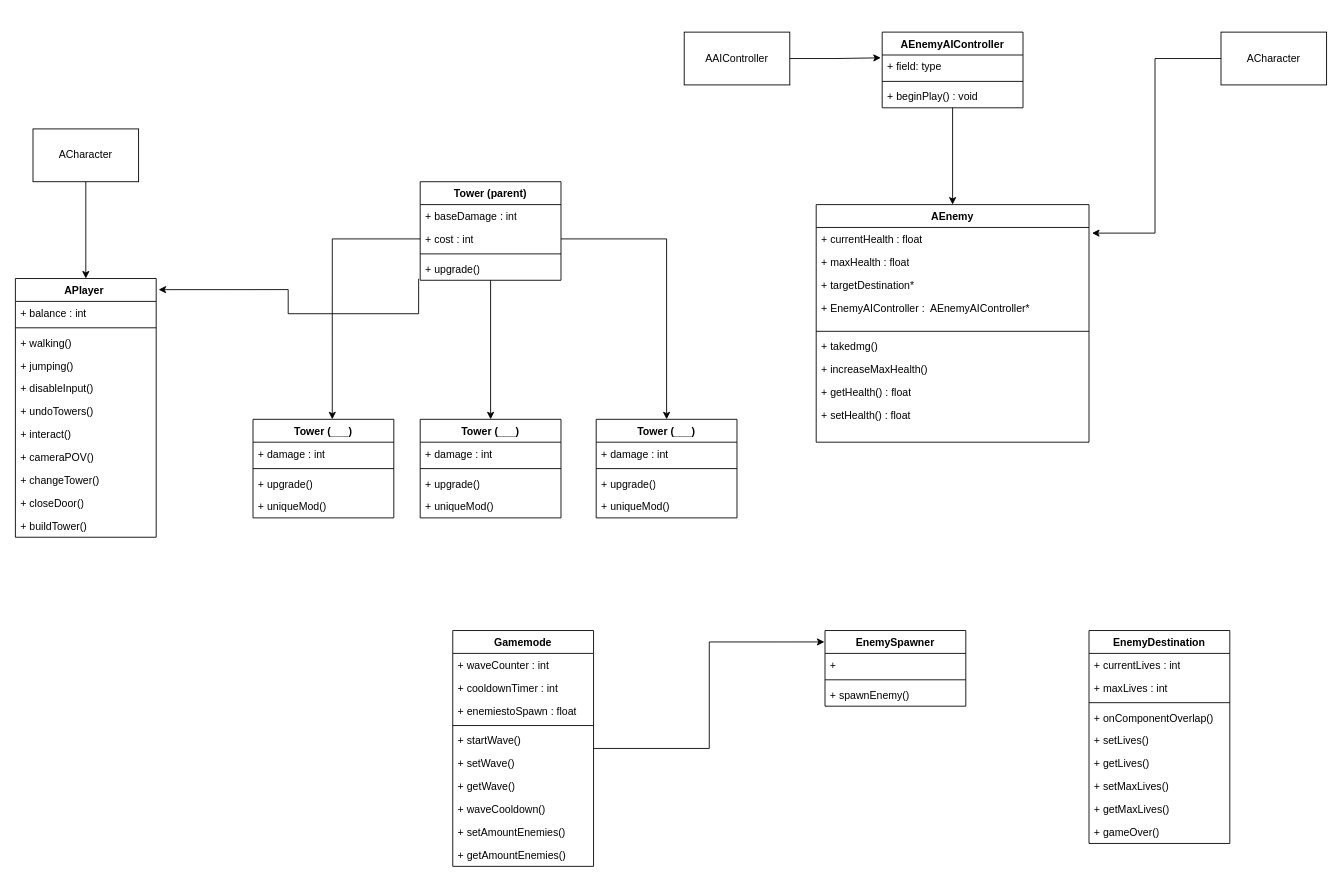
The draw.io diagram UML_Group_3.drawio in Bendelorm/RatDestroyer, before the edit. Source tidied: cells renumbered, new cells numbered last; positions are measured from the earlier drawing's top-left corner, leaving out a move shared by most shapes. Both pictures are drawn from the tidied source at 88%, with x=0, y=0 at pixel (15, 32).
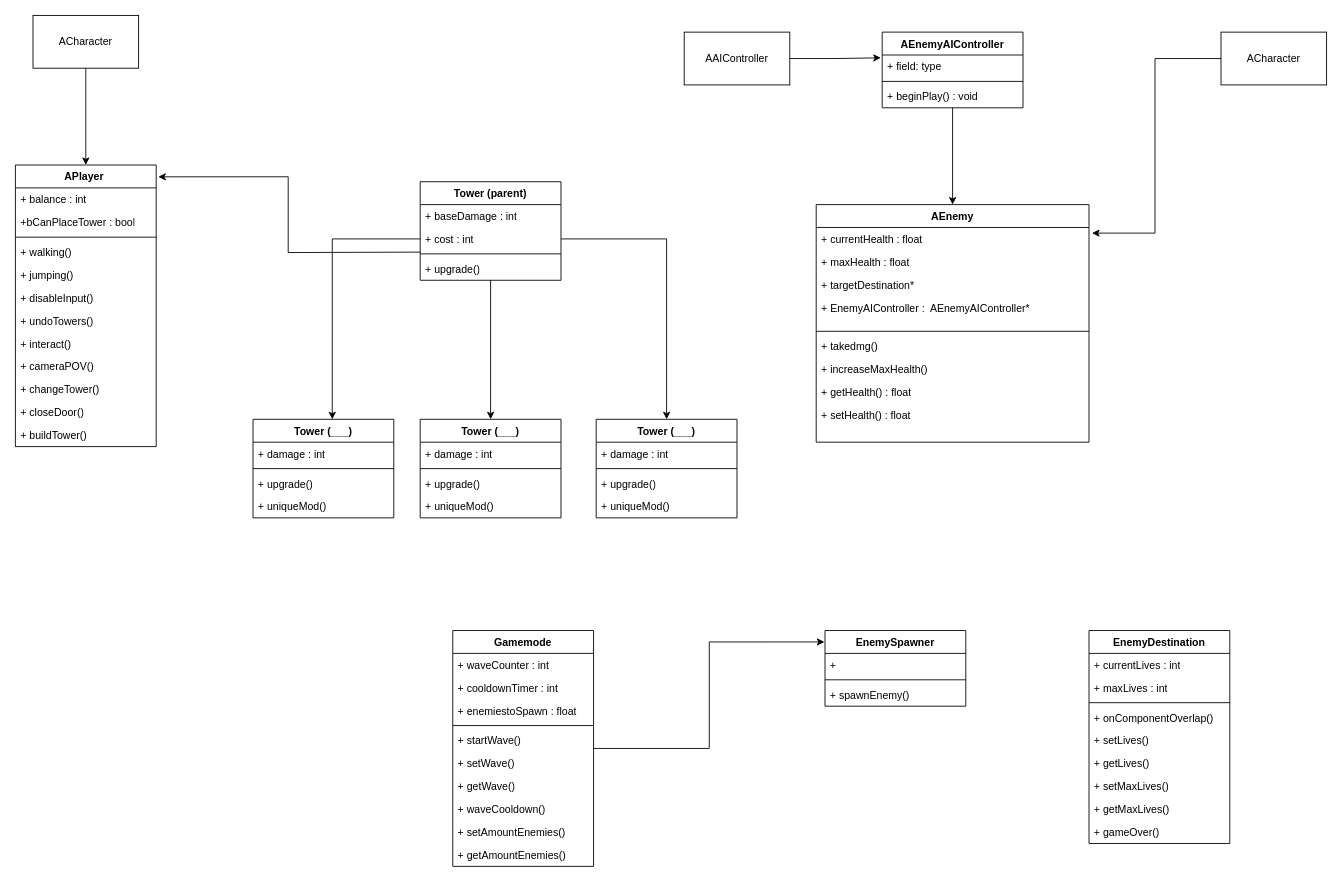
Above is the later version.

The change refers to these unchanged cells:
```xml
<mxCell id="20" value="+ upgrade()" style="text;strokeColor=none;fillColor=none;align=left;verticalAlign=top;spacingLeft=4;spacingRight=4;overflow=hidden;points=[[0,0.5],[1,0.5]];portConstraint=eastwest;whiteSpace=wrap;html=1;" parent="16" vertex="1">
  <mxGeometry y="86" width="160" height="26" as="geometry" />
</mxCell>
```

Diff of the diagram source:
```diff
@@
     <mxCell id="2" value="APlayer&amp;nbsp;" style="swimlane;fontStyle=1;align=center;verticalAlign=top;horizontal=1;startSize=26;whiteSpace=wrap;html=1;" parent="1" vertex="1">
-      <mxGeometry y="280" width="160" height="294" as="geometry" />
+      <mxGeometry y="151" width="160" height="320" as="geometry" />
     </mxCell>
@@
+    <mxCell id="85" value="+bCanPlaceTower : bool" style="text;strokeColor=none;fillColor=none;align=left;verticalAlign=top;spacingLeft=4;spacingRight=4;overflow=hidden;whiteSpace=wrap;html=1;" parent="2" vertex="1">
+      <mxGeometry y="52" width="160" height="26" as="geometry" />
+    </mxCell>
     <mxCell id="4" style="line;strokeWidth=1;fillColor=none;align=left;verticalAlign=middle;spacingTop=-1;spacingLeft=3;spacingRight=3;labelPosition=right;strokeColor=inherit;" parent="2" vertex="1">
-      <mxGeometry y="52" width="160" height="8" as="geometry" />
+      <mxGeometry y="78" width="160" height="8" as="geometry" />
     </mxCell>
     <mxCell id="5" value="+ walking()" style="text;strokeColor=none;fillColor=none;align=left;verticalAlign=top;spacingLeft=4;spacingRight=4;overflow=hidden;whiteSpace=wrap;html=1;" parent="2" vertex="1">
-      <mxGeometry y="60" width="160" height="26" as="geometry" />
+      <mxGeometry y="86" width="160" height="26" as="geometry" />
     </mxCell>
     <mxCell id="6" value="+ jumping()" style="text;strokeColor=none;fillColor=none;align=left;verticalAlign=top;spacingLeft=4;spacingRight=4;overflow=hidden;whiteSpace=wrap;html=1;" parent="2" vertex="1">
-      <mxGeometry y="86" width="160" height="26" as="geometry" />
+      <mxGeometry y="112" width="160" height="26" as="geometry" />
     </mxCell>
     <mxCell id="7" value="+ disableInput()" style="text;strokeColor=none;fillColor=none;align=left;verticalAlign=top;spacingLeft=4;spacingRight=4;overflow=hidden;whiteSpace=wrap;html=1;" parent="2" vertex="1">
-      <mxGeometry y="112" width="160" height="26" as="geometry" />
+      <mxGeometry y="138" width="160" height="26" as="geometry" />
     </mxCell>
     <mxCell id="8" value="+ undoTowers()" style="text;strokeColor=none;fillColor=none;align=left;verticalAlign=top;spacingLeft=4;spacingRight=4;overflow=hidden;whiteSpace=wrap;html=1;" parent="2" vertex="1">
-      <mxGeometry y="138" width="160" height="26" as="geometry" />
+      <mxGeometry y="164" width="160" height="26" as="geometry" />
     </mxCell>
     <mxCell id="9" value="+ interact()" style="text;strokeColor=none;fillColor=none;align=left;verticalAlign=top;spacingLeft=4;spacingRight=4;overflow=hidden;whiteSpace=wrap;html=1;" parent="2" vertex="1">
-      <mxGeometry y="164" width="160" height="26" as="geometry" />
+      <mxGeometry y="190" width="160" height="26" as="geometry" />
     </mxCell>
     <mxCell id="10" value="+ cameraPOV()" style="text;strokeColor=none;fillColor=none;align=left;verticalAlign=top;spacingLeft=4;spacingRight=4;overflow=hidden;whiteSpace=wrap;html=1;" parent="2" vertex="1">
-      <mxGeometry y="190" width="160" height="26" as="geometry" />
+      <mxGeometry y="216" width="160" height="26" as="geometry" />
     </mxCell>
     <mxCell id="11" value="+ changeTower()" style="text;strokeColor=none;fillColor=none;align=left;verticalAlign=top;spacingLeft=4;spacingRight=4;overflow=hidden;whiteSpace=wrap;html=1;" parent="2" vertex="1">
-      <mxGeometry y="216" width="160" height="26" as="geometry" />
+      <mxGeometry y="242" width="160" height="26" as="geometry" />
     </mxCell>
     <mxCell id="12" value="+ closeDoor()" style="text;strokeColor=none;fillColor=none;align=left;verticalAlign=top;spacingLeft=4;spacingRight=4;overflow=hidden;whiteSpace=wrap;html=1;" parent="2" vertex="1">
-      <mxGeometry y="242" width="160" height="26" as="geometry" />
+      <mxGeometry y="268" width="160" height="26" as="geometry" />
     </mxCell>
     <mxCell id="13" value="+ buildTower()" style="text;strokeColor=none;fillColor=none;align=left;verticalAlign=top;spacingLeft=4;spacingRight=4;overflow=hidden;whiteSpace=wrap;html=1;" parent="2" vertex="1">
-      <mxGeometry y="268" width="160" height="26" as="geometry" />
+      <mxGeometry y="294" width="160" height="26" as="geometry" />
     </mxCell>
-    <mxCell id="14" style="edgeStyle=orthogonalEdgeStyle;rounded=0;jettySize=auto;html=1;entryX=1.017;entryY=0.043;entryDx=0;entryDy=0;entryPerimeter=0;exitX=-0.011;exitY=0.938;exitDx=0;exitDy=0;exitPerimeter=0;" parent="1" edge="1" source="20" target="2">
-      <mxGeometry relative="1" as="geometry">
-        <Array as="points">
-          <mxPoint x="458" y="320" />
-          <mxPoint x="310" y="320" />
-          <mxPoint x="310" y="293" />
-        </Array>
-      </mxGeometry>
-    </mxCell>
@@
     <mxCell id="39" value="ACharacter" style="rounded=0;whiteSpace=wrap;html=1;" parent="1" vertex="1">
-      <mxGeometry x="20" y="110" width="120" height="60" as="geometry" />
+      <mxGeometry x="20" y="-19" width="120" height="60" as="geometry" />
     </mxCell>
@@
+    <mxCell id="86" style="edgeStyle=orthogonalEdgeStyle;rounded=0;jettySize=auto;html=1;entryX=1.015;entryY=0.042;entryDx=0;entryDy=0;entryPerimeter=0;" parent="1" edge="1" target="2">
+      <mxGeometry relative="1" as="geometry">
+        <mxPoint x="460" y="250" as="sourcePoint" />
+      </mxGeometry>
+    </mxCell>
```
